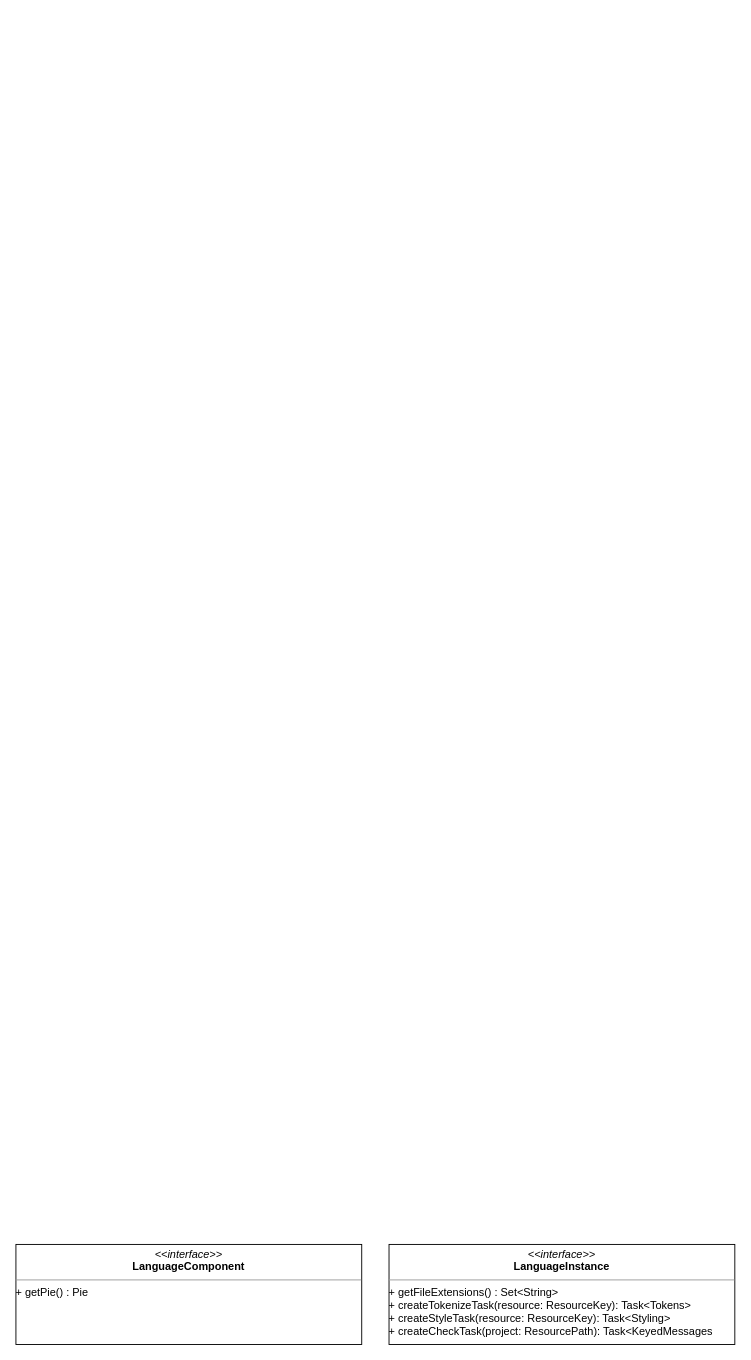
This is page "LanguageInstance" (15 of 19) of Spoofax3 Diagrams.drawio from AZWN/Spoofax-pie-diagrams, a draw.io file, before an edit. Source tidied: cells renumbered, new cells numbered last; positions are measured from the earlier drawing's top-left corner, leaving out a move shared by most shapes. Both pictures are drawn from the tidied source at 91%, with x=0, y=0 at pixel (15, 1244).
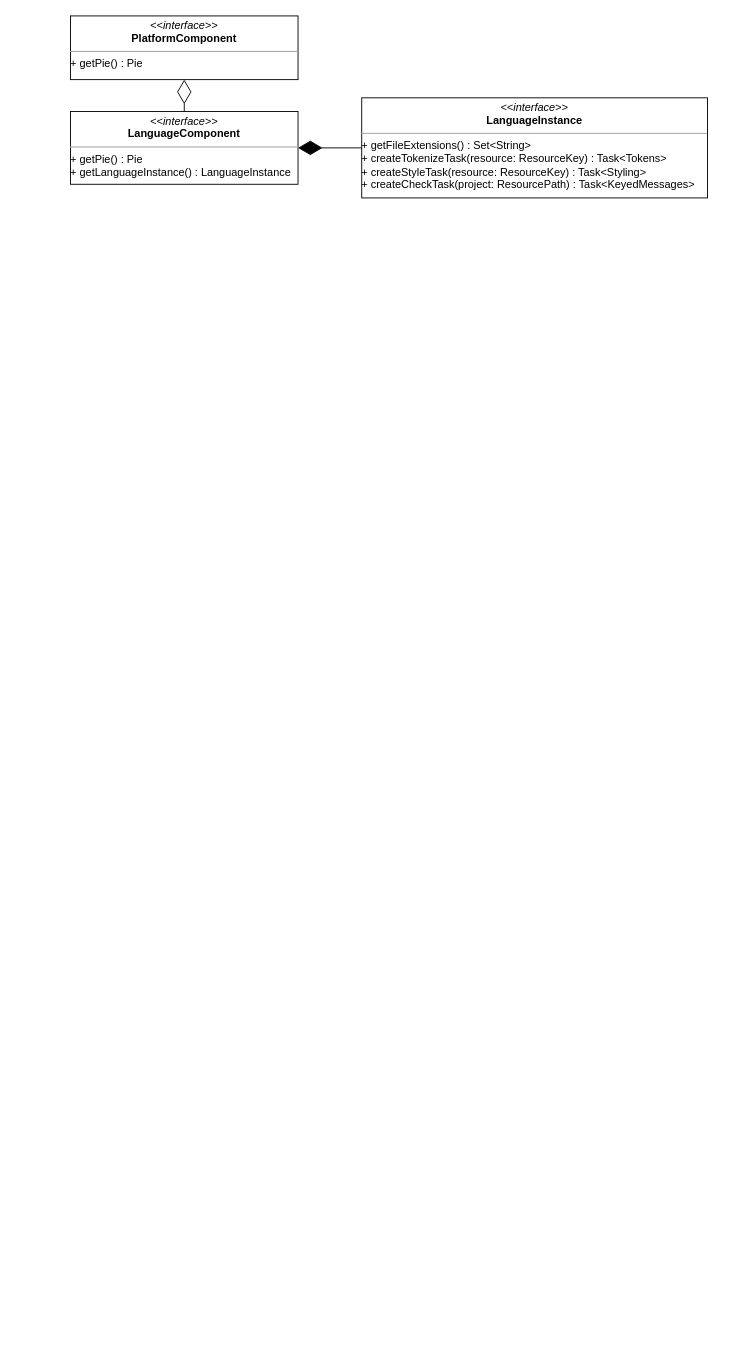
The same page after the edit.

Change to the diagram source:
```diff
@@
 <mxGraphModel>
   <root>
     <mxCell id="0" />
     <mxCell id="1" parent="0" />
-    <mxCell id="2" value="&lt;p style=&quot;margin: 0px ; margin-top: 4px ; text-align: center&quot;&gt;&lt;i&gt;&amp;lt;&amp;lt;interface&amp;gt;&amp;gt;&lt;/i&gt;&lt;br&gt;&lt;b&gt;LanguageInstance&lt;/b&gt;&lt;/p&gt;&lt;hr size=&quot;1&quot;&gt;+ getFileExtensions() : Set&amp;lt;String&amp;gt;&lt;br&gt;+ createTokenizeTask(resource: ResourceKey): Task&amp;lt;Tokens&amp;gt;&lt;br&gt;+ createStyleTask(resource: ResourceKey): Task&amp;lt;Styling&amp;gt;&lt;br&gt;+ createCheckTask(project: ResourcePath): Task&amp;lt;KeyedMessages" style="verticalAlign=top;align=left;overflow=fill;fontSize=12;fontFamily=Helvetica;html=1;" parent="1" vertex="1">
-      <mxGeometry x="410" width="380" height="110" as="geometry" />
+    <mxCell id="2" value="&lt;p style=&quot;margin: 0px ; margin-top: 4px ; text-align: center&quot;&gt;&lt;i&gt;&amp;lt;&amp;lt;interface&amp;gt;&amp;gt;&lt;/i&gt;&lt;br&gt;&lt;b&gt;LanguageInstance&lt;/b&gt;&lt;/p&gt;&lt;hr size=&quot;1&quot;&gt;+ getFileExtensions() : Set&amp;lt;String&amp;gt;&lt;br&gt;+ createTokenizeTask(resource: ResourceKey) : Task&amp;lt;Tokens&amp;gt;&lt;br&gt;+ createStyleTask(resource: ResourceKey) : Task&amp;lt;Styling&amp;gt;&lt;br&gt;+ createCheckTask(project: ResourcePath) : Task&amp;lt;KeyedMessages&amp;gt;" style="verticalAlign=top;align=left;overflow=fill;fontSize=12;fontFamily=Helvetica;html=1;" parent="1" vertex="1">
+      <mxGeometry x="380" y="-1260" width="380" height="110" as="geometry" />
     </mxCell>
-    <mxCell id="3" value="&lt;p style=&quot;margin: 0px ; margin-top: 4px ; text-align: center&quot;&gt;&lt;i&gt;&amp;lt;&amp;lt;interface&amp;gt;&amp;gt;&lt;/i&gt;&lt;br&gt;&lt;b&gt;LanguageComponent&lt;/b&gt;&lt;/p&gt;&lt;hr size=&quot;1&quot;&gt;+ getPie() : Pie" style="verticalAlign=top;align=left;overflow=fill;fontSize=12;fontFamily=Helvetica;html=1;" parent="1" vertex="1">
-      <mxGeometry width="380" height="110" as="geometry" />
+    <mxCell id="3" value="&lt;p style=&quot;margin: 0px ; margin-top: 4px ; text-align: center&quot;&gt;&lt;i&gt;&amp;lt;&amp;lt;interface&amp;gt;&amp;gt;&lt;/i&gt;&lt;br&gt;&lt;b&gt;LanguageComponent&lt;/b&gt;&lt;/p&gt;&lt;hr size=&quot;1&quot;&gt;&lt;div&gt;+ getPie() : Pie&lt;/div&gt;&lt;div&gt;+ getLanguageInstance() : LanguageInstance&lt;br&gt;&lt;/div&gt;" style="verticalAlign=top;align=left;overflow=fill;fontSize=12;fontFamily=Helvetica;html=1;" parent="1" vertex="1">
+      <mxGeometry x="60" y="-1245" width="250" height="80" as="geometry" />
     </mxCell>
+    <mxCell id="4" value="&lt;p style=&quot;margin: 0px ; margin-top: 4px ; text-align: center&quot;&gt;&lt;i&gt;&amp;lt;&amp;lt;interface&amp;gt;&amp;gt;&lt;/i&gt;&lt;br&gt;&lt;b&gt;PlatformComponent&lt;/b&gt;&lt;/p&gt;&lt;hr size=&quot;1&quot;&gt;&lt;div&gt;+ getPie() : Pie&lt;/div&gt;&lt;div&gt;&lt;br&gt;&lt;/div&gt;" style="verticalAlign=top;align=left;overflow=fill;fontSize=12;fontFamily=Helvetica;html=1;" parent="1" vertex="1">
+      <mxGeometry x="60" y="-1350" width="250" height="70" as="geometry" />
+    </mxCell>
+    <mxCell id="5" style="endArrow=diamondThin;endFill=1;endSize=24;html=1;entryX=1;entryY=0.5;entryDx=0;entryDy=0;exitX=0;exitY=0.5;exitDx=0;exitDy=0;" parent="1" edge="1" source="2" target="3">
+      <mxGeometry relative="1" as="geometry" />
+    </mxCell>
+    <mxCell id="6" style="endArrow=diamondThin;endFill=0;endSize=24;html=1;entryX=0.5;entryY=1;entryDx=0;entryDy=0;exitX=0.5;exitY=0;exitDx=0;exitDy=0;" parent="1" edge="1" source="3" target="4">
+      <mxGeometry relative="1" as="geometry" />
+    </mxCell>
   </root>
 </mxGraphModel>
```
